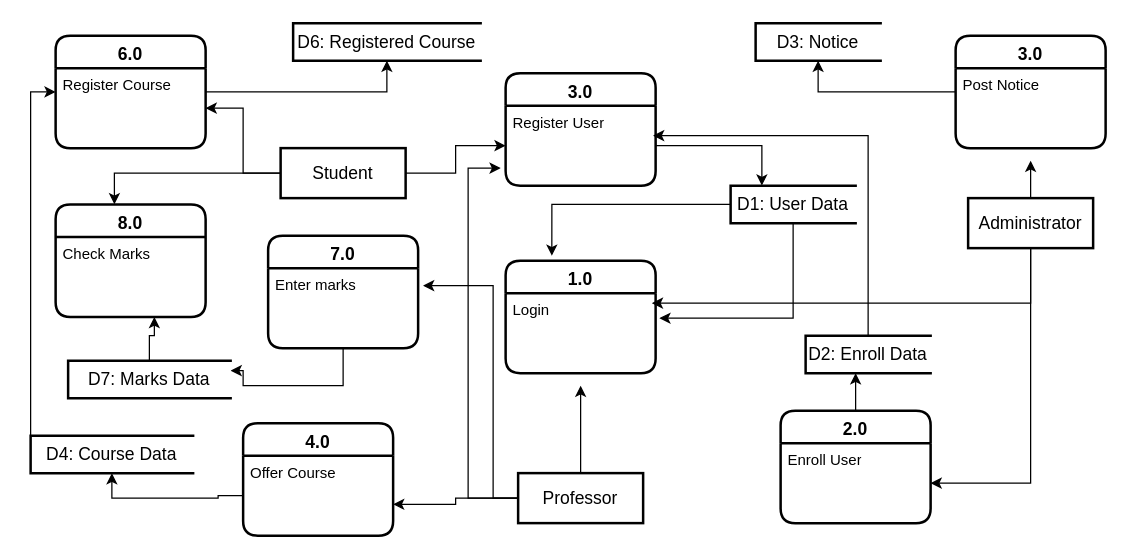
This is DFD student1.drawio from mzndnes/tic, a draw.io file, before an edit. Source tidied: cells renumbered, new cells numbered last; positions are measured from the earlier drawing's top-left corner, leaving out a move shared by most shapes. Both pictures are drawn from the tidied source at 125%, with x=0, y=0 at pixel (30, 22).
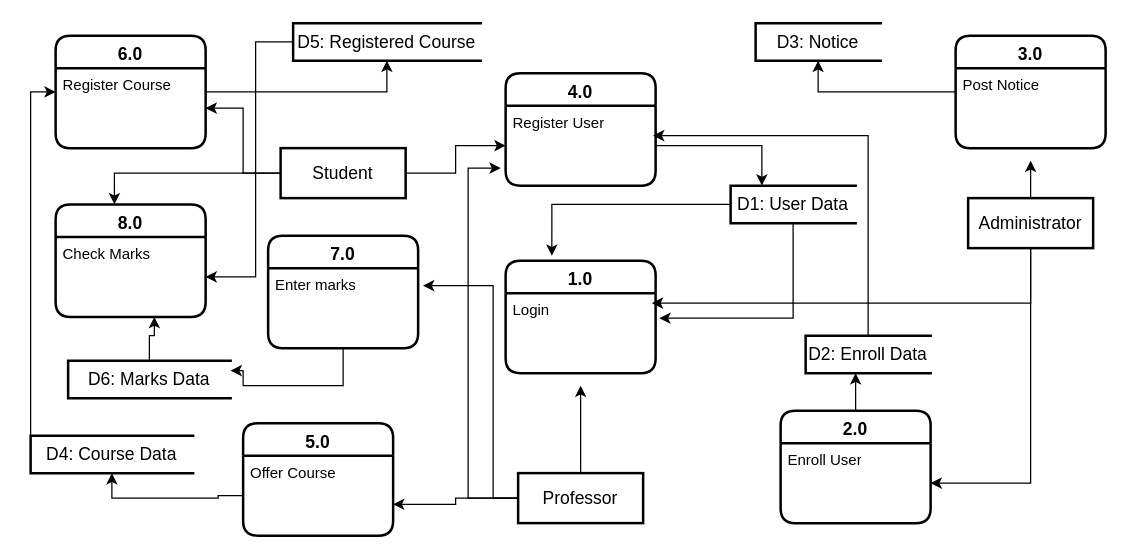
After the change.

The change refers to these unchanged cells:
```xml
<mxCell id="43" value="Check Marks" style="text;strokeColor=none;fillColor=none;align=left;verticalAlign=top;spacingLeft=4;spacingRight=4;overflow=hidden;points=[[0,0.5],[1,0.5]];portConstraint=eastwest;whiteSpace=wrap;html=1;" parent="42" vertex="1">
  <mxGeometry y="26" width="120" height="64" as="geometry" />
</mxCell>
```

What changed in the source:
```diff
@@
-    <mxCell id="2" value="3.0" style="swimlane;fontStyle=1;align=center;verticalAlign=top;horizontal=1;startSize=26;whiteSpace=wrap;html=1;fontSize=14;strokeWidth=2;rounded=1;" parent="1" vertex="1">
+    <mxCell id="2" value="4.0" style="swimlane;fontStyle=1;align=center;verticalAlign=top;horizontal=1;startSize=26;whiteSpace=wrap;html=1;fontSize=14;strokeWidth=2;rounded=1;" parent="1" vertex="1">
       <mxGeometry x="380" y="40" width="120" height="90" as="geometry" />
     </mxCell>
@@
+    <mxCell id="48" style="edgeStyle=orthogonalEdgeStyle;rounded=0;jettySize=auto;html=1;entryX=1;entryY=0.5;entryDx=0;entryDy=0;" parent="1" edge="1" source="27" target="43">
+      <mxGeometry relative="1" as="geometry">
+        <Array as="points">
+          <mxPoint x="180" y="15" />
+          <mxPoint x="180" y="203" />
+        </Array>
+      </mxGeometry>
+    </mxCell>
-    <mxCell id="27" value="D6: Registered Course" style="html=1;dashed=0;whiteSpace=wrap;shape=partialRectangle;right=0;fontSize=14;strokeWidth=2;" parent="1" vertex="1">
+    <mxCell id="27" value="D5: Registered Course" style="html=1;dashed=0;whiteSpace=wrap;shape=partialRectangle;right=0;fontSize=14;strokeWidth=2;" parent="1" vertex="1">
       <mxGeometry x="210" width="150" height="30" as="geometry" />
     </mxCell>
@@
-    <mxCell id="37" value="4.0" style="swimlane;fontStyle=1;align=center;verticalAlign=top;horizontal=1;startSize=26;whiteSpace=wrap;html=1;fontSize=14;strokeWidth=2;rounded=1;" parent="1" vertex="1">
+    <mxCell id="37" value="5.0" style="swimlane;fontStyle=1;align=center;verticalAlign=top;horizontal=1;startSize=26;whiteSpace=wrap;html=1;fontSize=14;strokeWidth=2;rounded=1;" parent="1" vertex="1">
       <mxGeometry x="170" y="320" width="120" height="90" as="geometry" />
     </mxCell>
@@
-    <mxCell id="44" value="D7: Marks Data" style="html=1;dashed=0;whiteSpace=wrap;shape=partialRectangle;right=0;fontSize=14;strokeWidth=2;" parent="1" vertex="1">
+    <mxCell id="44" value="D6: Marks Data" style="html=1;dashed=0;whiteSpace=wrap;shape=partialRectangle;right=0;fontSize=14;strokeWidth=2;" parent="1" vertex="1">
       <mxGeometry x="30" y="270" width="130" height="30" as="geometry" />
     </mxCell>
```
